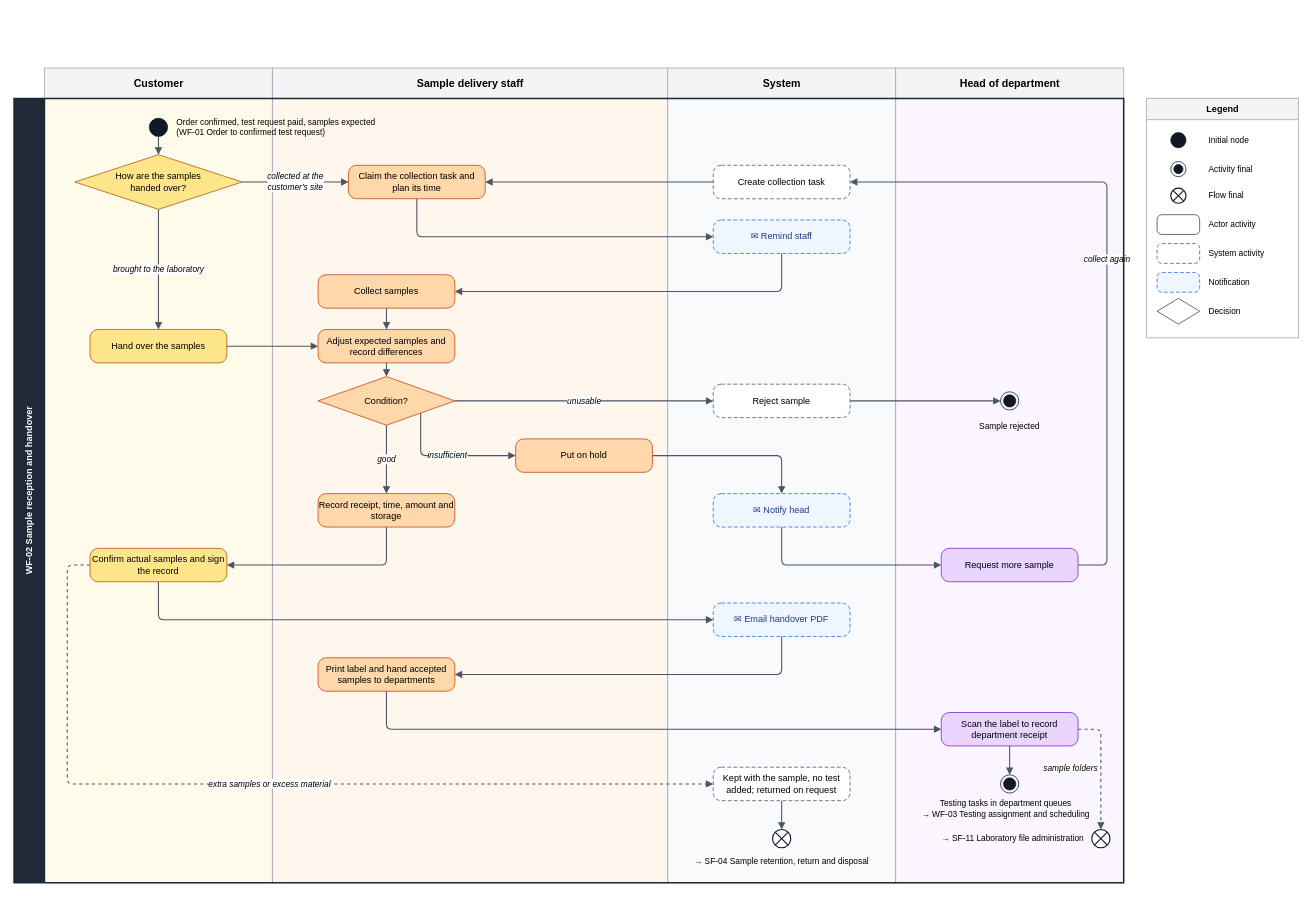
This is page "WF-02 Workflow" (1 of 2) of docs/reports/activity-diagram/flows-work-of-tuyen/[Flow] WF-02 Sample reception and handover.drawio from SoltuneMontepre/medilab, a draw.io file, before an edit. Source tidied: cells renumbered, new cells numbered last; positions are measured from the earlier drawing's top-left corner, leaving out a move shared by most shapes. Both pictures are drawn from the tidied source at 76%, with x=0, y=0 at pixel (14, 68).
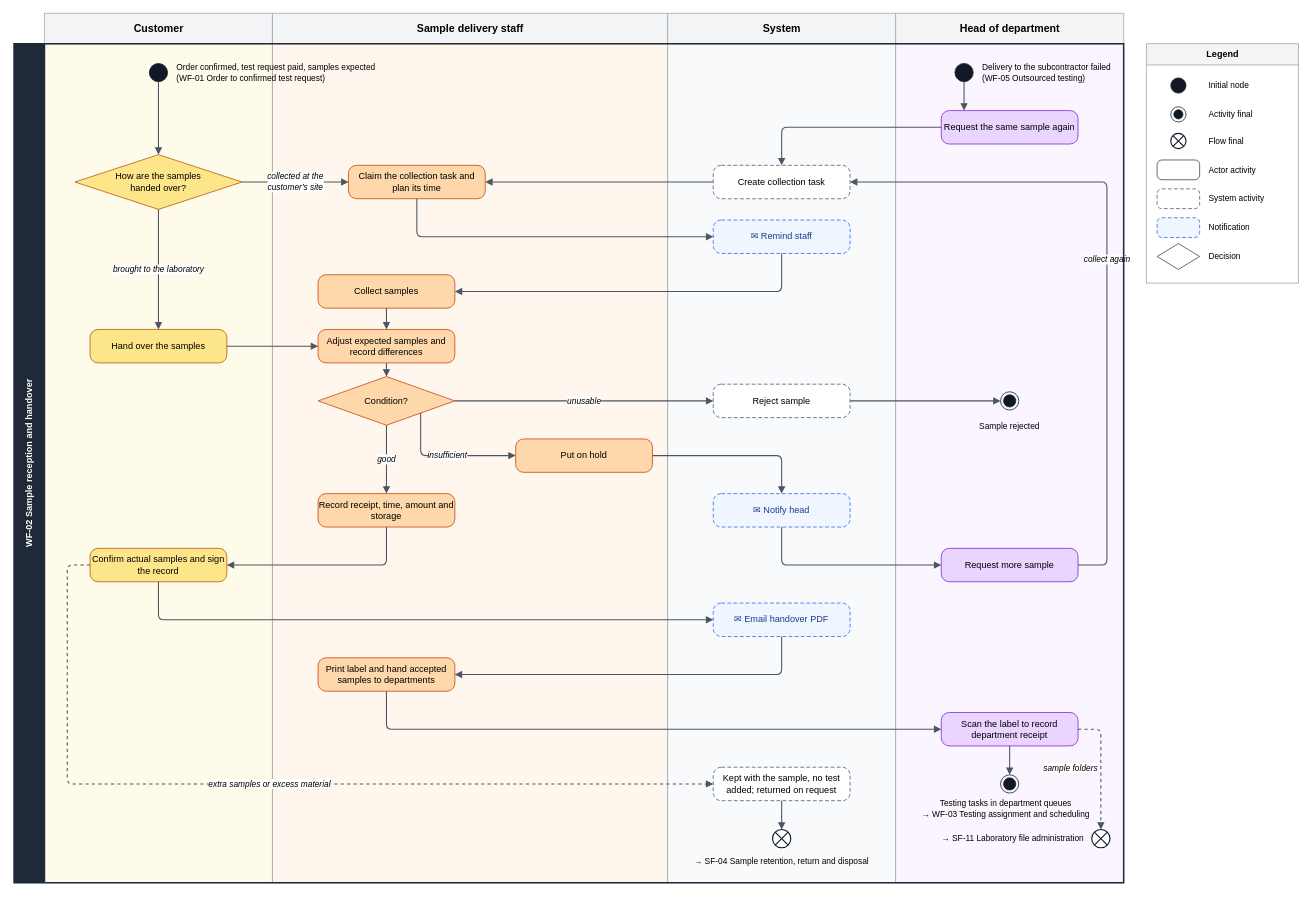
Above is the later version.

The change refers to these unchanged cells:
```xml
<mxCell id="10" value="Create collection task" style="rounded=1;arcSize=24;dashed=1;dashPattern=5 3;whiteSpace=wrap;html=1;fontSize=12;fillColor=#FFFFFF;strokeColor=#475569;" parent="1" vertex="1">
  <mxGeometry x="920" y="128" width="180" height="44" as="geometry" />
</mxCell>
```

What changed in the source:
```diff
@@
     <mxCell id="2" value="Customer" style="swimlane;startSize=40;fillColor=#F3F4F6;swimlaneFillColor=#FFFBEB;strokeColor=#9CA3AF;fontStyle=1;fontSize=14;html=1;" parent="1" vertex="1">
-      <mxGeometry x="40" width="300" height="1072" as="geometry" />
+      <mxGeometry x="40" y="-72" width="300" height="1144" as="geometry" />
     </mxCell>
     <mxCell id="3" value="Sample delivery staff" style="swimlane;startSize=40;fillColor=#F3F4F6;swimlaneFillColor=#FFF7ED;strokeColor=#9CA3AF;fontStyle=1;fontSize=14;html=1;" parent="1" vertex="1">
-      <mxGeometry x="340" width="520" height="1072" as="geometry" />
+      <mxGeometry x="340" y="-72" width="520" height="1144" as="geometry" />
     </mxCell>
     <mxCell id="4" value="System" style="swimlane;startSize=40;fillColor=#F3F4F6;swimlaneFillColor=#F8FAFC;strokeColor=#9CA3AF;fontStyle=1;fontSize=14;html=1;" parent="1" vertex="1">
-      <mxGeometry x="860" width="300" height="1072" as="geometry" />
+      <mxGeometry x="860" y="-72" width="300" height="1144" as="geometry" />
     </mxCell>
     <mxCell id="5" value="Head of department" style="swimlane;startSize=40;fillColor=#F3F4F6;swimlaneFillColor=#FAF5FF;strokeColor=#9CA3AF;fontStyle=1;fontSize=14;html=1;" parent="1" vertex="1">
-      <mxGeometry x="1160" width="300" height="1072" as="geometry" />
+      <mxGeometry x="1160" y="-72" width="300" height="1144" as="geometry" />
     </mxCell>
     <mxCell id="6" style="ellipse;html=1;fillColor=#111827;strokeColor=#111827;" parent="1" vertex="1">
-      <mxGeometry x="178" y="66" width="24" height="24" as="geometry" />
+      <mxGeometry x="178" y="-6" width="24" height="24" as="geometry" />
     </mxCell>
     <mxCell id="7" value="Order confirmed, test request paid, samples expected (WF-01 Order to confirmed test request)" style="text;html=1;whiteSpace=wrap;fontSize=11;verticalAlign=middle;align=left;" parent="1" vertex="1">
-      <mxGeometry x="212" y="58" width="270" height="40" as="geometry" />
+      <mxGeometry x="212" y="-14" width="270" height="40" as="geometry" />
     </mxCell>
+    <mxCell id="74" style="ellipse;html=1;fillColor=#111827;strokeColor=#111827;" parent="1" vertex="1">
+      <mxGeometry x="1238" y="-6" width="24" height="24" as="geometry" />
+    </mxCell>
+    <mxCell id="75" value="Delivery to the subcontractor failed (WF-05 Outsourced testing)" style="text;html=1;whiteSpace=wrap;fontSize=11;verticalAlign=middle;align=left;" parent="1" vertex="1">
+      <mxGeometry x="1272" y="-22" width="180" height="56" as="geometry" />
+    </mxCell>
+    <mxCell id="76" value="Request the same sample again" style="rounded=1;arcSize=24;whiteSpace=wrap;html=1;fontSize=12;fillColor=#E9D5FF;strokeColor=#7E22CE;" parent="1" vertex="1">
+      <mxGeometry x="1220" y="56" width="180" height="44" as="geometry" />
+    </mxCell>
@@
+    <mxCell id="77" style="edgeStyle=orthogonalEdgeStyle;rounded=1;arcSize=14;strokeColor=#4B5563;strokeWidth=1.4;endArrow=block;endFill=1;endSize=6;fontSize=11;fontStyle=2;labelBackgroundColor=#ffffff;jumpStyle=arc;jumpSize=8;html=1;exitX=0.5;exitY=1;exitDx=0;exitDy=0;entryX=0.166667;entryY=0;entryDx=0;entryDy=0;" parent="1" edge="1" source="74" target="76">
+      <mxGeometry relative="1" as="geometry" />
+    </mxCell>
+    <mxCell id="78" style="edgeStyle=orthogonalEdgeStyle;rounded=1;arcSize=14;strokeColor=#4B5563;strokeWidth=1.4;endArrow=block;endFill=1;endSize=6;fontSize=11;fontStyle=2;labelBackgroundColor=#ffffff;jumpStyle=arc;jumpSize=8;html=1;exitX=0;exitY=0.5;exitDx=0;exitDy=0;entryX=0.5;entryY=0;entryDx=0;entryDy=0;" parent="1" edge="1" source="76" target="10">
+      <mxGeometry relative="1" as="geometry">
+        <Array as="points">
+          <mxPoint x="1010" y="78" />
+        </Array>
+      </mxGeometry>
+    </mxCell>
     <mxCell id="58" value="WF-02 Sample reception and handover" style="swimlane;horizontal=0;startSize=40;fillColor=#1F2937;fontColor=#FFFFFF;swimlaneFillColor=none;strokeColor=#1F2937;strokeWidth=2;fontStyle=1;fontSize=12;whiteSpace=wrap;html=1;" parent="1" vertex="1">
-      <mxGeometry y="40" width="1460" height="1032" as="geometry" />
+      <mxGeometry y="-32" width="1460" height="1104" as="geometry" />
     </mxCell>
     <mxCell id="59" value="Legend" style="swimlane;startSize=28;fillColor=#F3F4F6;strokeColor=#9CA3AF;fontStyle=1;fontSize=12;html=1;" parent="1" vertex="1">
-      <mxGeometry x="1490" y="40" width="200" height="315" as="geometry" />
+      <mxGeometry x="1490" y="-32" width="200" height="315" as="geometry" />
     </mxCell>
     <mxCell id="60" style="ellipse;html=1;fillColor=#111827;strokeColor=#111827;" parent="1" vertex="1">
-      <mxGeometry x="1522" y="85" width="20" height="20" as="geometry" />
+      <mxGeometry x="1522" y="13" width="20" height="20" as="geometry" />
     </mxCell>
     <mxCell id="61" value="Initial node" style="text;html=1;whiteSpace=wrap;fontSize=11;verticalAlign=middle;align=left;" parent="1" vertex="1">
-      <mxGeometry x="1570" y="82" width="110" height="26" as="geometry" />
+      <mxGeometry x="1570" y="10" width="110" height="26" as="geometry" />
     </mxCell>
     <mxCell id="62" style="shape=endState;html=1;fillColor=#111827;strokeColor=#111827;" parent="1" vertex="1">
-      <mxGeometry x="1522" y="123" width="20" height="20" as="geometry" />
+      <mxGeometry x="1522" y="51" width="20" height="20" as="geometry" />
     </mxCell>
     <mxCell id="63" value="Activity final" style="text;html=1;whiteSpace=wrap;fontSize=11;verticalAlign=middle;align=left;" parent="1" vertex="1">
-      <mxGeometry x="1570" y="120" width="110" height="26" as="geometry" />
+      <mxGeometry x="1570" y="48" width="110" height="26" as="geometry" />
     </mxCell>
     <mxCell id="64" style="shape=sumEllipse;perimeter=ellipsePerimeter;html=1;fillColor=#FFFFFF;strokeColor=#111827;strokeWidth=1.5;" parent="1" vertex="1">
-      <mxGeometry x="1522" y="158" width="20" height="20" as="geometry" />
+      <mxGeometry x="1522" y="86" width="20" height="20" as="geometry" />
     </mxCell>
     <mxCell id="65" value="Flow final" style="text;html=1;whiteSpace=wrap;fontSize=11;verticalAlign=middle;align=left;" parent="1" vertex="1">
-      <mxGeometry x="1570" y="155" width="110" height="26" as="geometry" />
+      <mxGeometry x="1570" y="83" width="110" height="26" as="geometry" />
     </mxCell>
     <mxCell id="66" style="rounded=1;arcSize=24;whiteSpace=wrap;html=1;fontSize=12;fillColor=#FFFFFF;strokeColor=#374151;" parent="1" vertex="1">
-      <mxGeometry x="1504" y="193" width="56" height="26" as="geometry" />
+      <mxGeometry x="1504" y="121" width="56" height="26" as="geometry" />
     </mxCell>
     <mxCell id="67" value="Actor activity" style="text;html=1;whiteSpace=wrap;fontSize=11;verticalAlign=middle;align=left;" parent="1" vertex="1">
-      <mxGeometry x="1570" y="193" width="110" height="26" as="geometry" />
+      <mxGeometry x="1570" y="121" width="110" height="26" as="geometry" />
     </mxCell>
     <mxCell id="68" style="rounded=1;arcSize=24;dashed=1;dashPattern=5 3;whiteSpace=wrap;html=1;fontSize=12;fillColor=#FFFFFF;strokeColor=#475569;" parent="1" vertex="1">
-      <mxGeometry x="1504" y="231" width="56" height="26" as="geometry" />
+      <mxGeometry x="1504" y="159" width="56" height="26" as="geometry" />
     </mxCell>
     <mxCell id="69" value="System activity" style="text;html=1;whiteSpace=wrap;fontSize=11;verticalAlign=middle;align=left;" parent="1" vertex="1">
-      <mxGeometry x="1570" y="231" width="110" height="26" as="geometry" />
+      <mxGeometry x="1570" y="159" width="110" height="26" as="geometry" />
     </mxCell>
     <mxCell id="70" style="rounded=1;arcSize=24;dashed=1;dashPattern=5 3;whiteSpace=wrap;html=1;fontSize=12;fillColor=#EFF6FF;strokeColor=#2563EB;fontColor=#1E3A8A;" parent="1" vertex="1">
-      <mxGeometry x="1504" y="269" width="56" height="26" as="geometry" />
+      <mxGeometry x="1504" y="197" width="56" height="26" as="geometry" />
     </mxCell>
     <mxCell id="71" value="Notification" style="text;html=1;whiteSpace=wrap;fontSize=11;verticalAlign=middle;align=left;" parent="1" vertex="1">
-      <mxGeometry x="1570" y="269" width="110" height="26" as="geometry" />
+      <mxGeometry x="1570" y="197" width="110" height="26" as="geometry" />
     </mxCell>
     <mxCell id="72" style="rhombus;whiteSpace=wrap;html=1;fontSize=12;fillColor=#FFFFFF;strokeColor=#374151;" parent="1" vertex="1">
-      <mxGeometry x="1504" y="303" width="56" height="34" as="geometry" />
+      <mxGeometry x="1504" y="231" width="56" height="34" as="geometry" />
     </mxCell>
     <mxCell id="73" value="Decision" style="text;html=1;whiteSpace=wrap;fontSize=11;verticalAlign=middle;align=left;" parent="1" vertex="1">
-      <mxGeometry x="1570" y="307" width="110" height="26" as="geometry" />
+      <mxGeometry x="1570" y="235" width="110" height="26" as="geometry" />
     </mxCell>
```
